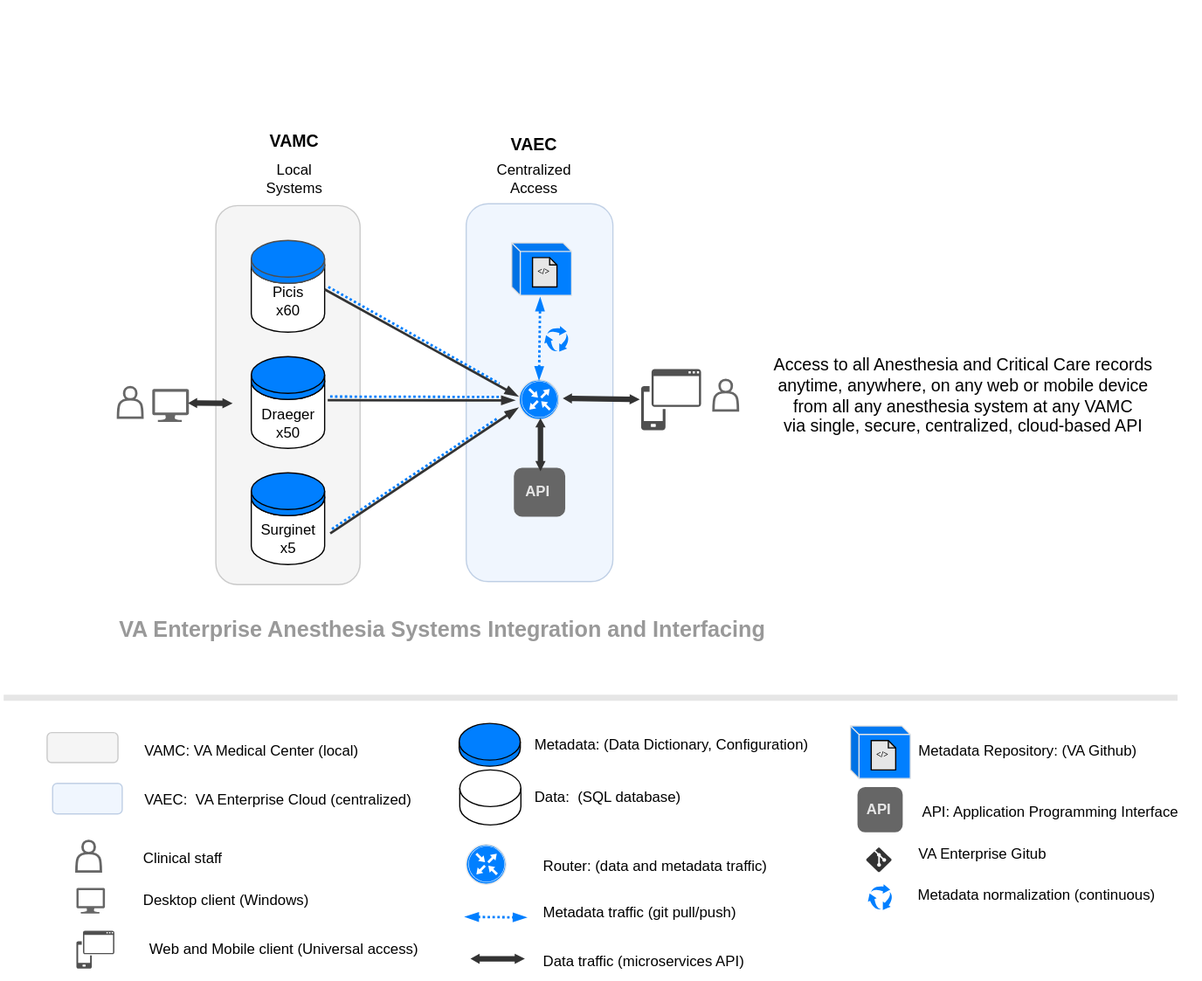
va-anesthesia/integration keeps this draw.io diagram as img/integration4.svg. Above is the earlier version. Source tidied: cells renumbered, new cells last; positions are measured from the earlier drawing's top-left corner, leaving out a move shared by most shapes.
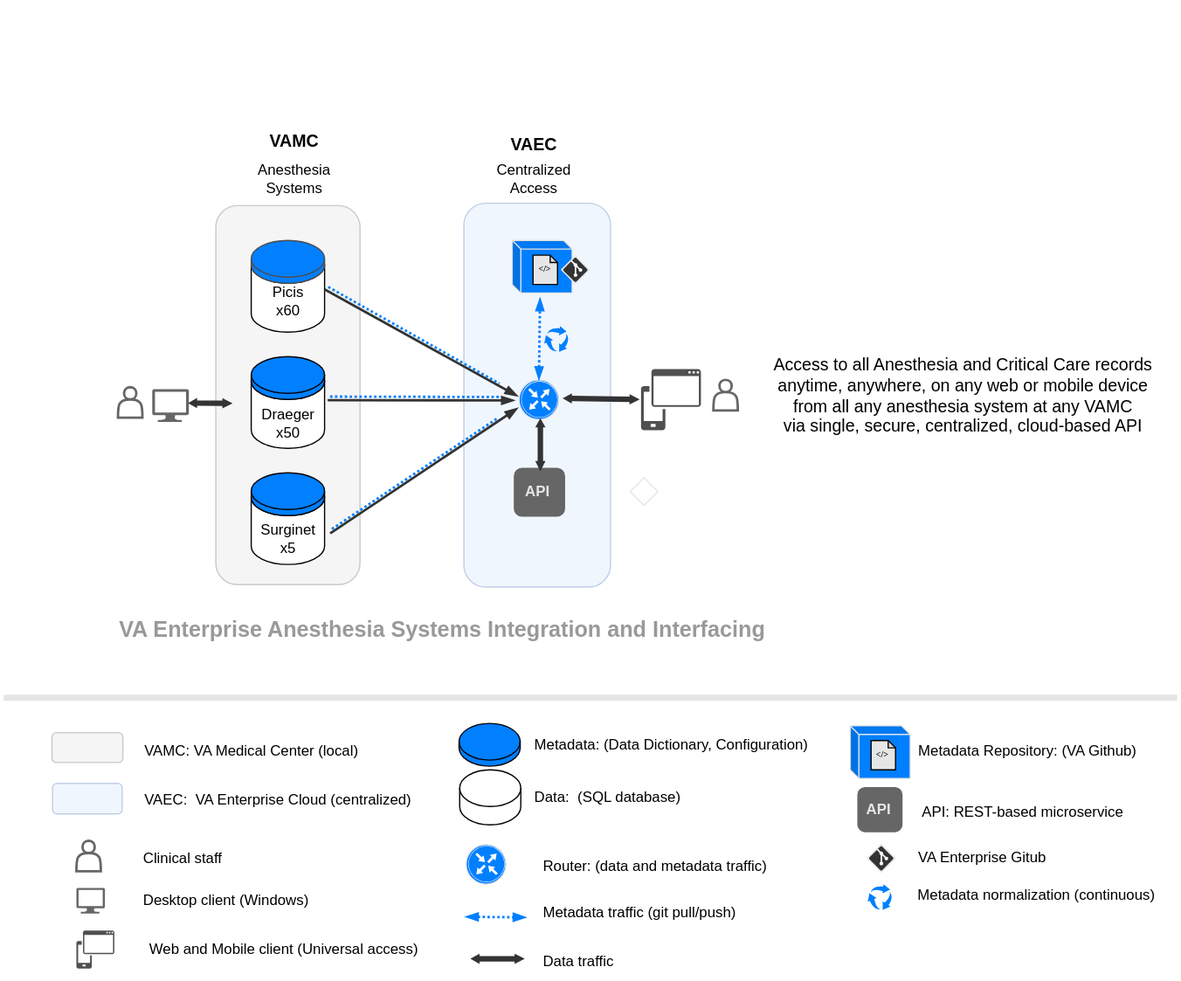
Later version of the same file.

Diff of the diagram source:
```diff
@@ -2,6 +2,15 @@
   <root>
     <mxCell id="0" />
     <mxCell id="1" parent="0" />
+    <mxCell id="73" style="group;" parent="1" vertex="1">
+      <mxGeometry x="376.1" y="177.5" width="120.8" height="302" as="geometry" />
+    </mxCell>
+    <mxCell id="74" style="whiteSpace=wrap;html=1;rotation=-45;strokeColor=none;" parent="73" vertex="1">
+      <mxGeometry x="5.4" y="2.5" width="9.9" height="14" as="geometry" />
+    </mxCell>
+    <mxCell id="28" style="rounded=1;whiteSpace=wrap;html=1;labelBackgroundColor=default;strokeColor=#6c8ebf;strokeWidth=1;fontSize=14;fillColor=#dae8fc;opacity=40;" parent="73" vertex="1">
+      <mxGeometry x="0.8" y="-12" width="120" height="314" as="geometry" />
+    </mxCell>
     <mxCell id="2" value="Metadata traffic (git pull/push)" style="text;html=1;align=left;verticalAlign=middle;strokeColor=none;fillColor=none;" parent="1" vertex="1">
       <mxGeometry x="439.7" y="730.5" width="180" height="30" as="geometry" />
     </mxCell>
@@ -29,14 +38,14 @@
     <mxCell id="10" style="rounded=1;whiteSpace=wrap;html=1;labelBackgroundColor=default;strokeColor=#666666;strokeWidth=2;fontSize=14;fillColor=#666666;" parent="1" vertex="1">
       <mxGeometry x="699.8" y="644" width="35" height="35" as="geometry" />
     </mxCell>
-    <mxCell id="11" value="API: Application Programming Interface" style="text;html=1;align=left;verticalAlign=middle;strokeColor=none;fillColor=none;" parent="1" vertex="1">
-      <mxGeometry x="749.8" y="649" width="230" height="30" as="geometry" />
+    <mxCell id="11" value="API: REST-based microservice" style="text;html=1;align=left;verticalAlign=middle;strokeColor=none;fillColor=none;" parent="1" vertex="1">
+      <mxGeometry x="749.8" y="649" width="190" height="30" as="geometry" />
     </mxCell>
     <mxCell id="12" style="rounded=1;whiteSpace=wrap;html=1;labelBackgroundColor=default;strokeColor=#6c8ebf;strokeWidth=1;fontSize=14;fillColor=#dae8fc;opacity=40;" parent="1" vertex="1">
       <mxGeometry x="40.5" y="640" width="57" height="25" as="geometry" />
     </mxCell>
     <mxCell id="13" style="rounded=1;whiteSpace=wrap;html=1;labelBackgroundColor=default;strokeColor=#808080;strokeWidth=1;fontSize=14;fillColor=#E6E6E6;opacity=40;" parent="1" vertex="1">
-      <mxGeometry x="36" y="598.5" width="58" height="24.5" as="geometry" />
+      <mxGeometry x="40" y="598.5" width="58" height="24.5" as="geometry" />
     </mxCell>
     <mxCell id="14" value="VAMC: VA Medical Center (local)" style="text;html=1;align=left;verticalAlign=middle;strokeColor=none;fillColor=none;" parent="1" vertex="1">
       <mxGeometry x="114" y="598.5" width="200" height="30" as="geometry" />
@@ -59,8 +68,8 @@
         <mxPoint x="427" y="783.5" as="targetPoint" />
       </mxGeometry>
     </mxCell>
-    <mxCell id="20" value="Data traffic (microservices API)" style="text;html=1;align=left;verticalAlign=middle;strokeColor=none;fillColor=none;" parent="1" vertex="1">
-      <mxGeometry x="439.7" y="770.5" width="190" height="30" as="geometry" />
+    <mxCell id="20" value="Data traffic" style="text;html=1;align=left;verticalAlign=middle;strokeColor=none;fillColor=none;" parent="1" vertex="1">
+      <mxGeometry x="439.7" y="770.5" width="80" height="30" as="geometry" />
     </mxCell>
     <mxCell id="21" style="endArrow=blockThin;dashed=1;html=1;exitX=0.5;exitY=0;exitDx=0;exitDy=0;strokeColor=#007FFF;strokeWidth=2;startArrow=blockThin;startFill=1;endFill=1;dashPattern=1 1;" parent="1" edge="1">
       <mxGeometry relative="1" as="geometry">
@@ -86,9 +95,6 @@
     <mxCell id="27" style="shape=actor;whiteSpace=wrap;html=1;labelBackgroundColor=default;strokeColor=#666666;fontSize=14;fillColor=#FFFFFF;strokeWidth=2;" parent="1" vertex="1">
       <mxGeometry x="60" y="687" width="20" height="25" as="geometry" />
     </mxCell>
-    <mxCell id="28" style="rounded=1;whiteSpace=wrap;html=1;labelBackgroundColor=default;strokeColor=#6c8ebf;strokeWidth=1;fontSize=14;fillColor=#dae8fc;opacity=40;" parent="1" vertex="1">
-      <mxGeometry x="378.8" y="166" width="120" height="309" as="geometry" />
-    </mxCell>
     <mxCell id="29" style="rounded=1;whiteSpace=wrap;html=1;labelBackgroundColor=default;strokeColor=#808080;strokeWidth=1;fontSize=14;fillColor=#E6E6E6;opacity=40;" parent="1" vertex="1">
       <mxGeometry x="174" y="167.5" width="118" height="310" as="geometry" />
     </mxCell>
@@ -113,8 +119,8 @@
     <mxCell id="36" value="Centralized&lt;br&gt;Access" style="text;html=1;align=center;verticalAlign=middle;strokeColor=none;fillColor=none;" parent="1" vertex="1">
       <mxGeometry x="394" y="126" width="80" height="40" as="geometry" />
     </mxCell>
-    <mxCell id="37" value="Local&lt;br&gt;Systems" style="text;html=1;align=center;verticalAlign=middle;strokeColor=none;fillColor=none;" parent="1" vertex="1">
-      <mxGeometry x="203" y="126" width="70" height="40" as="geometry" />
+    <mxCell id="37" value="Anesthesia&lt;br&gt;Systems" style="text;html=1;align=center;verticalAlign=middle;strokeColor=none;fillColor=none;" parent="1" vertex="1">
+      <mxGeometry x="198" y="126" width="80" height="40" as="geometry" />
     </mxCell>
     <mxCell id="38" value="Picis&lt;br&gt;x60" style="text;html=1;align=center;verticalAlign=middle;strokeColor=none;fillColor=none;" parent="1" vertex="1">
       <mxGeometry x="208" y="226" width="50" height="40" as="geometry" />
@@ -251,22 +257,13 @@
       <mxGeometry x="442.7" y="266" width="19.9" height="21" as="geometry" />
     </mxCell>
     <mxCell id="71" value="VA Enterprise Gitub" style="text;html=1;align=left;verticalAlign=middle;strokeColor=none;fillColor=none;" parent="1" vertex="1">
-      <mxGeometry x="746.6" y="682.5" width="130" height="30" as="geometry" />
+      <mxGeometry x="746.6" y="685.5" width="130" height="30" as="geometry" />
     </mxCell>
     <mxCell id="72" style="sketch=0;html=1;strokeColor=none;shadow=0;align=center;verticalAlign=top;fillColor=#007FFF;shape=mxgraph.gcp2.arrow_cycle;direction=south;" parent="1" vertex="1">
       <mxGeometry x="707.3" y="722.5" width="19.9" height="21" as="geometry" />
     </mxCell>
-    <mxCell id="73" style="group;" parent="1" vertex="1">
-      <mxGeometry x="705.8" y="692.5" width="20.8" height="20" as="geometry" />
-    </mxCell>
-    <mxCell id="74" style="whiteSpace=wrap;html=1;rotation=-45;strokeColor=none;" parent="73" vertex="1">
-      <mxGeometry x="5.4" y="2.5" width="9.9" height="14" as="geometry" />
-    </mxCell>
-    <mxCell id="75" style="verticalLabelPosition=bottom;html=1;verticalAlign=top;align=center;strokeColor=none;fillColor=#333333;shape=mxgraph.azure.git_repository;" parent="73" vertex="1">
-      <mxGeometry width="20.8" height="20" as="geometry" />
-    </mxCell>
     <mxCell id="76" style="group;" parent="1" vertex="1">
-      <mxGeometry x="416" y="198" width="49" height="43" as="geometry" />
+      <mxGeometry x="416.5" y="196" width="61.6" height="54.6" as="geometry" />
     </mxCell>
     <mxCell id="77" style="shape=cube;whiteSpace=wrap;html=1;boundedLbl=1;backgroundOutline=1;darkOpacity=0.05;darkOpacity2=0.1;fontSize=14;fillColor=#007FFF;size=7;strokeColor=#E6E6E6;" parent="76" vertex="1">
       <mxGeometry width="49" height="43" as="geometry" />
@@ -280,6 +277,12 @@
     <mxCell id="80" value="&lt;font style=&quot;font-size: 7px;&quot; face=&quot;Verdana&quot;&gt;&amp;lt;/&amp;gt;&lt;/font&gt;" style="text;html=1;align=center;verticalAlign=middle;strokeColor=none;fillColor=none;fontSize=7;fontStyle=1;" parent="78" vertex="1">
       <mxGeometry y="2" width="40" height="20" as="geometry" />
     </mxCell>
+    <mxCell id="86" style="whiteSpace=wrap;html=1;strokeColor=#E6E6E6;rotation=-45;" parent="76" vertex="1">
+      <mxGeometry x="43.6" y="16" width="16" height="16" as="geometry" />
+    </mxCell>
+    <mxCell id="87" style="verticalLabelPosition=bottom;html=1;verticalAlign=top;align=center;strokeColor=none;fillColor=#333333;shape=mxgraph.azure.git_repository;" parent="76" vertex="1">
+      <mxGeometry x="41.6" y="14" width="20" height="20" as="geometry" />
+    </mxCell>
     <mxCell id="81" style="group;" parent="1" vertex="1">
       <mxGeometry x="693" y="593" width="49" height="43" as="geometry" />
     </mxCell>
@@ -295,5 +298,20 @@
     <mxCell id="85" value="&lt;font style=&quot;font-size: 7px;&quot; face=&quot;Verdana&quot;&gt;&amp;lt;/&amp;gt;&lt;/font&gt;" style="text;html=1;align=center;verticalAlign=middle;strokeColor=none;fillColor=none;fontSize=7;fontStyle=1;" parent="83" vertex="1">
       <mxGeometry y="2" width="40" height="20" as="geometry" />
     </mxCell>
+    <mxCell id="88" style="group;" parent="83" vertex="1">
+      <mxGeometry x="8" y="85" width="22.6" height="22.6" as="geometry" />
+    </mxCell>
+    <mxCell id="89" style="whiteSpace=wrap;html=1;strokeColor=#E6E6E6;rotation=-45;" parent="88" vertex="1">
+      <mxGeometry x="3.3" y="3.3" width="16" height="16" as="geometry" />
+    </mxCell>
+    <mxCell id="90" style="verticalLabelPosition=bottom;html=1;verticalAlign=top;align=center;strokeColor=none;fillColor=#333333;shape=mxgraph.azure.git_repository;" parent="88" vertex="1">
+      <mxGeometry x="1.3" y="1.3" width="20" height="20" as="geometry" />
+    </mxCell>
+    <mxCell id="91" style="group;" parent="1" vertex="1">
+      <mxGeometry x="513" y="390" width="22.6" height="22.6" as="geometry" />
+    </mxCell>
+    <mxCell id="92" style="whiteSpace=wrap;html=1;strokeColor=#E6E6E6;rotation=-45;" parent="91" vertex="1">
+      <mxGeometry x="3.3" y="3.3" width="16" height="16" as="geometry" />
+    </mxCell>
   </root>
 </mxGraphModel>
```
